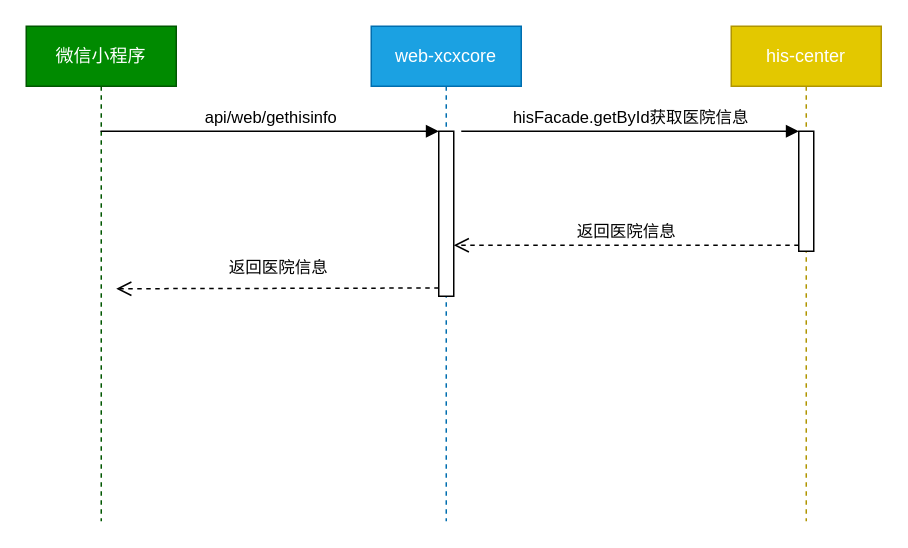
Before: 楼群分布.drawio in beautyofsoul/drowio, a draw.io diagram. Source tidied: cells renumbered, new cells numbered last; positions are measured from the earlier drawing's top-left corner, leaving out a move shared by most shapes. Both pictures are drawn from the tidied source at 150%, with x=0, y=0 at pixel (26, 26).
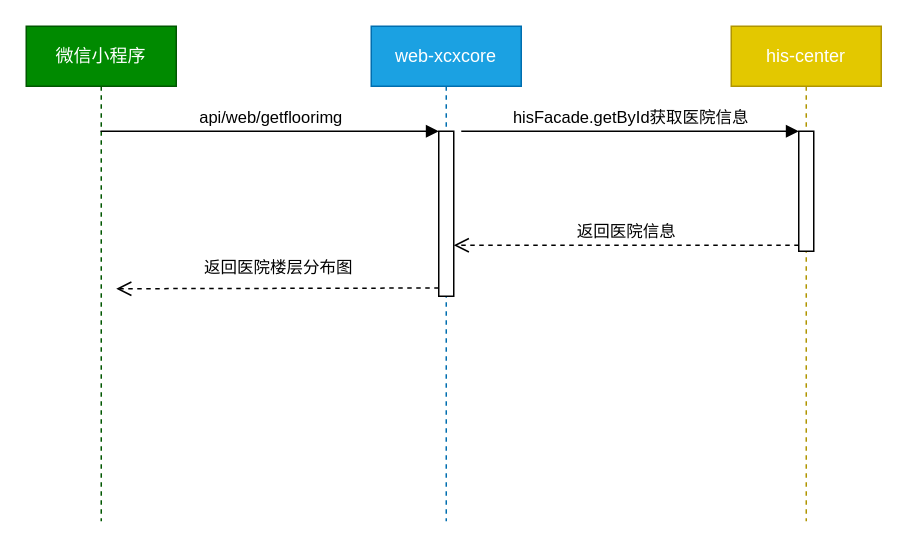
Above is the later version.

Commit message:
更新楼群分布.drawio

Diff of the diagram source:
```diff
@@
 <mxGraphModel>
   <root>
     <mxCell id="0" />
     <mxCell id="1" parent="0" />
     <mxCell id="2" value="微信小程序" style="shape=umlLifeline;perimeter=lifelinePerimeter;whiteSpace=wrap;html=1;outlineConnect=0;fillColor=#008a00;strokeColor=#005700;fontColor=#ffffff;" parent="1" vertex="1">
       <mxGeometry width="100" height="330" as="geometry" />
     </mxCell>
     <mxCell id="3" value="web-xcxcore" style="shape=umlLifeline;perimeter=lifelinePerimeter;whiteSpace=wrap;html=1;fillColor=#1ba1e2;strokeColor=#006EAF;fontColor=#ffffff;" parent="1" vertex="1">
       <mxGeometry x="230" width="100" height="330" as="geometry" />
     </mxCell>
     <mxCell id="4" style="html=1;points=[];perimeter=orthogonalPerimeter;" parent="3" vertex="1">
       <mxGeometry x="45" y="70" width="10" height="110" as="geometry" />
     </mxCell>
     <mxCell id="5" value="his-center" style="shape=umlLifeline;perimeter=lifelinePerimeter;whiteSpace=wrap;html=1;fillColor=#e3c800;strokeColor=#B09500;fontColor=#ffffff;" parent="1" vertex="1">
       <mxGeometry x="470" width="100" height="330" as="geometry" />
     </mxCell>
     <mxCell id="6" style="html=1;points=[];perimeter=orthogonalPerimeter;" parent="5" vertex="1">
       <mxGeometry x="45" y="70" width="10" height="80" as="geometry" />
     </mxCell>
-    <mxCell id="7" value="api/web/gethisinfo" style="html=1;verticalAlign=bottom;endArrow=block;entryX=0;entryY=0;" parent="1" edge="1" source="2" target="4">
+    <mxCell id="7" value="api/web/getfloorimg" style="html=1;verticalAlign=bottom;endArrow=block;entryX=0;entryY=0;" parent="1" edge="1" source="2" target="4">
       <mxGeometry relative="1" as="geometry" />
     </mxCell>
-    <mxCell id="8" value="返回医院信息" style="html=1;verticalAlign=bottom;endArrow=open;dashed=1;endSize=8;exitX=0;exitY=0.95;" parent="1" edge="1" source="4">
+    <mxCell id="8" value="返回医院楼层分布图" style="html=1;verticalAlign=bottom;endArrow=open;dashed=1;endSize=8;exitX=0;exitY=0.95;" parent="1" edge="1" source="4">
       <mxGeometry x="0.26" y="-30" relative="1" as="geometry">
         <mxPoint x="60" y="175" as="targetPoint" />
         <mxPoint x="28" y="25" as="offset" />
       </mxGeometry>
     </mxCell>
     <mxCell id="9" value="hisFacade.getById获取医院信息" style="html=1;verticalAlign=bottom;endArrow=block;entryX=0;entryY=0;exitX=1.5;exitY=0;exitDx=0;exitDy=0;exitPerimeter=0;" parent="1" edge="1" source="4" target="6">
       <mxGeometry relative="1" as="geometry" />
     </mxCell>
     <mxCell id="10" value="返回医院信息" style="html=1;verticalAlign=bottom;endArrow=open;dashed=1;endSize=8;exitX=0;exitY=0.95;" parent="1" edge="1" source="6" target="4">
       <mxGeometry relative="1" as="geometry" />
     </mxCell>
   </root>
 </mxGraphModel>
```
